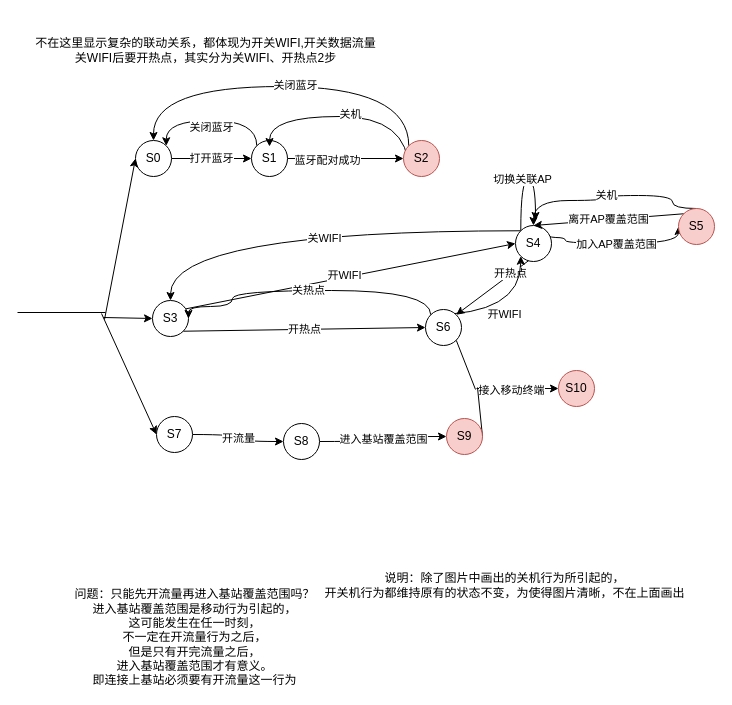
Earlier version of the draw.io diagram page "方法三：并行自动机_手机行为" (8 of 9) of 时间自动机.drawio (Icarus1994/neutron_conf). Source tidied: cells renumbered, new cells numbered last; positions are measured from the earlier drawing's top-left corner, leaving out a move shared by most shapes. Both pictures are drawn from the tidied source at 100%, with x=0, y=0 at pixel (17, 34).
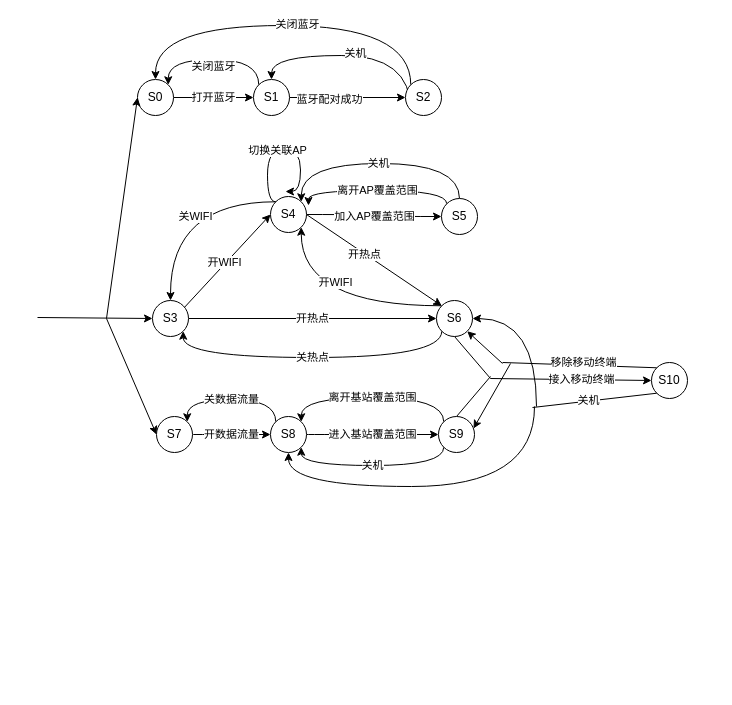
The same page after the edit.

The change refers to these unchanged cells:
```xml
<mxCell id="6" value="S3" style="ellipse;whiteSpace=wrap;html=1;" parent="1" vertex="1">
  <mxGeometry x="135" y="266" width="36" height="36" as="geometry" />
</mxCell>
<mxCell id="9" value="S7" style="ellipse;whiteSpace=wrap;html=1;" parent="1" vertex="1">
  <mxGeometry x="139" y="382" width="36" height="36" as="geometry" />
</mxCell>
<mxCell id="15" style="edgeStyle=orthogonalEdgeStyle;curved=1;rounded=0;jettySize=auto;html=1;exitX=0;exitY=0;exitDx=0;exitDy=0;startArrow=none;startFill=0;endArrow=classic;endFill=1;" parent="1" edge="1" source="18" target="6">
  <mxGeometry relative="1" as="geometry" />
</mxCell>
```

Diff of the diagram source:
```diff
@@
-    <mxCell id="4" value="开热点" style="edgeStyle=none;rounded=0;jettySize=auto;html=1;exitX=1;exitY=1;exitDx=0;exitDy=0;entryX=0;entryY=0.5;entryDx=0;entryDy=0;" parent="1" edge="1" source="6" target="22">
+    <mxCell id="4" value="开热点" style="edgeStyle=none;rounded=0;jettySize=auto;html=1;exitX=1;exitY=0.5;exitDx=0;exitDy=0;entryX=0;entryY=0.5;entryDx=0;entryDy=0;" parent="1" edge="1" source="6" target="22">
       <mxGeometry relative="1" as="geometry" />
     </mxCell>
     <mxCell id="5" style="edgeStyle=none;rounded=0;jettySize=auto;html=1;exitX=0;exitY=0.5;exitDx=0;exitDy=0;startArrow=classic;startFill=1;endArrow=none;endFill=0;" parent="1" edge="1" source="6">
       <mxGeometry relative="1" as="geometry">
-        <mxPoint x="86" y="283" as="targetPoint" />
+        <mxPoint x="20" y="283" as="targetPoint" />
       </mxGeometry>
     </mxCell>
@@
-    <mxCell id="7" value="开流量" style="edgeStyle=orthogonalEdgeStyle;curved=1;rounded=0;jettySize=auto;html=1;exitX=1;exitY=0.5;exitDx=0;exitDy=0;entryX=0;entryY=0.5;entryDx=0;entryDy=0;" parent="1" edge="1" source="9" target="24">
+    <mxCell id="7" value="开数据流量" style="edgeStyle=orthogonalEdgeStyle;curved=1;rounded=0;jettySize=auto;html=1;exitX=1;exitY=0.5;exitDx=0;exitDy=0;entryX=0;entryY=0.5;entryDx=0;entryDy=0;" parent="1" edge="1" source="9" target="24">
       <mxGeometry relative="1" as="geometry" />
     </mxCell>
     <mxCell id="8" style="edgeStyle=none;rounded=0;jettySize=auto;html=1;exitX=0;exitY=0.5;exitDx=0;exitDy=0;startArrow=classic;startFill=1;endArrow=none;endFill=0;" parent="1" edge="1" source="9">
       <mxGeometry relative="1" as="geometry">
-        <mxPoint x="84" y="279" as="targetPoint" />
+        <mxPoint x="89" y="284" as="targetPoint" />
       </mxGeometry>
     </mxCell>
@@
-    <mxCell id="10" value="不在这里显示复杂的联动关系，都体现为开关WIFI,开关数据流量&lt;br&gt;关WIFI后要开热点，其实分为关WIFI、开热点2步" style="text;html=1;align=center;verticalAlign=middle;" parent="1" vertex="1">
-      <mxGeometry x="12" width="351" height="32" as="geometry" />
-    </mxCell>
-    <mxCell id="11" style="rounded=0;jettySize=auto;html=1;exitX=1;exitY=0.5;exitDx=0;exitDy=0;entryX=1;entryY=0;entryDx=0;entryDy=0;" parent="1" edge="1" source="18" target="22">
+    <mxCell id="11" style="rounded=0;jettySize=auto;html=1;exitX=1;exitY=0.5;exitDx=0;exitDy=0;entryX=0;entryY=0;entryDx=0;entryDy=0;" parent="1" edge="1" source="18" target="22">
       <mxGeometry relative="1" as="geometry" />
     </mxCell>
@@
-    <mxCell id="13" style="rounded=0;jettySize=auto;html=1;exitX=1;exitY=0;exitDx=0;exitDy=0;entryX=0;entryY=0.5;entryDx=0;entryDy=0;edgeStyle=orthogonalEdgeStyle;curved=1;" parent="1" edge="1" source="18" target="32">
-      <mxGeometry relative="1" as="geometry">
-        <Array as="points">
-          <mxPoint x="529" y="203" />
-          <mxPoint x="548" y="203" />
-          <mxPoint x="548" y="209" />
-          <mxPoint x="661" y="209" />
-        </Array>
-      </mxGeometry>
-    </mxCell>
-    <mxCell id="14" value="加入AP覆盖范围" style="edgeLabel;html=1;align=center;verticalAlign=middle;" parent="13" vertex="1">
-      <mxGeometry x="0.02" relative="1" as="geometry" />
-    </mxCell>
@@
     <mxCell id="16" value="关WIFI" style="edgeLabel;html=1;align=center;verticalAlign=middle;" parent="15" vertex="1">
-      <mxGeometry x="-0.06" y="7" relative="1" as="geometry" />
+      <mxGeometry x="-0.06" y="7" relative="1" as="geometry">
+        <mxPoint x="15.7" y="7.7" as="offset" />
+      </mxGeometry>
     </mxCell>
-    <mxCell id="17" value="切换关联AP" style="edgeStyle=orthogonalEdgeStyle;curved=1;rounded=0;jettySize=auto;html=1;exitX=0;exitY=0;exitDx=0;exitDy=0;startArrow=none;startFill=0;endArrow=classic;endFill=1;" parent="1" edge="1" source="18">
-      <mxGeometry relative="1" as="geometry">
-        <mxPoint x="518" y="186" as="targetPoint" />
-        <Array as="points">
-          <mxPoint x="503" y="145" />
-          <mxPoint x="518" y="145" />
-        </Array>
-      </mxGeometry>
-    </mxCell>
+    <mxCell id="14" value="加入AP覆盖范围" style="edgeStyle=orthogonalEdgeStyle;curved=1;rounded=0;jettySize=auto;html=1;exitX=1;exitY=0.5;exitDx=0;exitDy=0;entryX=0;entryY=0.5;entryDx=0;entryDy=0;startArrow=none;startFill=0;endArrow=classic;endFill=1;" parent="1" edge="1" source="18" target="32">
+      <mxGeometry relative="1" as="geometry" />
+    </mxCell>
     <mxCell id="18" value="S4" style="ellipse;whiteSpace=wrap;html=1;" parent="1" vertex="1">
-      <mxGeometry x="498" y="191" width="36" height="36" as="geometry" />
+      <mxGeometry x="253" y="162" width="36" height="36" as="geometry" />
     </mxCell>
-    <mxCell id="19" value="开WIFI" style="rounded=0;jettySize=auto;html=1;exitX=0;exitY=0;exitDx=0;exitDy=0;entryX=0;entryY=1;entryDx=0;entryDy=0;edgeStyle=orthogonalEdgeStyle;curved=1;" parent="1" edge="1" source="22" target="18">
-      <mxGeometry relative="1" as="geometry" />
-    </mxCell>
-    <mxCell id="20" style="edgeStyle=none;rounded=0;jettySize=auto;html=1;exitX=1;exitY=1;exitDx=0;exitDy=0;endArrow=none;endFill=0;" parent="1" edge="1" source="22">
+    <mxCell id="20" style="edgeStyle=none;rounded=0;jettySize=auto;html=1;exitX=0.5;exitY=1;exitDx=0;exitDy=0;endArrow=none;endFill=0;" parent="1" edge="1" source="22">
       <mxGeometry relative="1" as="geometry">
-        <mxPoint x="458" y="355" as="targetPoint" />
+        <mxPoint x="473" y="344" as="targetPoint" />
       </mxGeometry>
     </mxCell>
-    <mxCell id="21" value="关热点" style="edgeStyle=orthogonalEdgeStyle;curved=1;rounded=0;jettySize=auto;html=1;exitX=0;exitY=0;exitDx=0;exitDy=0;startArrow=none;startFill=0;endArrow=classic;endFill=1;entryX=1;entryY=0.5;entryDx=0;entryDy=0;" parent="1" edge="1" source="22" target="6">
+    <mxCell id="21" value="关热点" style="edgeStyle=orthogonalEdgeStyle;curved=1;rounded=0;jettySize=auto;html=1;exitX=0;exitY=1;exitDx=0;exitDy=0;entryX=1;entryY=1;entryDx=0;entryDy=0;startArrow=none;startFill=0;endArrow=classic;endFill=1;" parent="1" edge="1" source="22" target="6">
       <mxGeometry relative="1" as="geometry">
         <Array as="points">
-          <mxPoint x="413" y="256" />
-          <mxPoint x="215" y="256" />
-          <mxPoint x="215" y="272" />
-          <mxPoint x="171" y="272" />
+          <mxPoint x="424" y="323" />
+          <mxPoint x="166" y="323" />
         </Array>
       </mxGeometry>
     </mxCell>
+    <mxCell id="48" style="edgeStyle=orthogonalEdgeStyle;curved=1;rounded=0;jettySize=auto;html=1;exitX=0;exitY=0;exitDx=0;exitDy=0;entryX=1;entryY=1;entryDx=0;entryDy=0;startArrow=none;startFill=0;endArrow=classic;endFill=1;" parent="1" edge="1" source="22" target="18">
+      <mxGeometry relative="1" as="geometry">
+        <Array as="points">
+          <mxPoint x="284" y="271" />
+        </Array>
+      </mxGeometry>
+    </mxCell>
+    <mxCell id="19" value="开WIFI" style="edgeLabel;html=1;align=center;verticalAlign=middle;" parent="48" vertex="1">
+      <mxGeometry x="0.57" y="-12" relative="1" as="geometry">
+        <mxPoint x="21.3" y="8.1" as="offset" />
+      </mxGeometry>
+    </mxCell>
     <mxCell id="22" value="S6" style="ellipse;whiteSpace=wrap;html=1;" parent="1" vertex="1">
-      <mxGeometry x="408" y="275" width="36" height="36" as="geometry" />
+      <mxGeometry x="419" y="266" width="36" height="36" as="geometry" />
     </mxCell>
@@
+    <mxCell id="49" value="关数据流量" style="edgeStyle=orthogonalEdgeStyle;curved=1;rounded=0;jettySize=auto;html=1;exitX=0;exitY=0;exitDx=0;exitDy=0;entryX=1;entryY=0;entryDx=0;entryDy=0;startArrow=none;startFill=0;endArrow=classic;endFill=1;" parent="1" edge="1" source="24" target="9">
+      <mxGeometry relative="1" as="geometry">
+        <Array as="points">
+          <mxPoint x="258" y="365" />
+          <mxPoint x="170" y="365" />
+        </Array>
+      </mxGeometry>
+    </mxCell>
     <mxCell id="24" value="S8" style="ellipse;whiteSpace=wrap;html=1;" parent="1" vertex="1">
-      <mxGeometry x="266" y="389" width="36" height="36" as="geometry" />
+      <mxGeometry x="253" y="382" width="36" height="36" as="geometry" />
     </mxCell>
-    <mxCell id="25" style="edgeStyle=none;rounded=0;jettySize=auto;html=1;exitX=1;exitY=0.5;exitDx=0;exitDy=0;endArrow=none;endFill=0;" parent="1" edge="1" source="26">
+    <mxCell id="25" style="edgeStyle=none;rounded=0;jettySize=auto;html=1;exitX=0.5;exitY=0;exitDx=0;exitDy=0;endArrow=none;endFill=0;" parent="1" edge="1" source="26">
       <mxGeometry relative="1" as="geometry">
-        <mxPoint x="460" y="353" as="targetPoint" />
+        <mxPoint x="473" y="342" as="targetPoint" />
       </mxGeometry>
     </mxCell>
+    <mxCell id="50" style="edgeStyle=orthogonalEdgeStyle;curved=1;rounded=0;jettySize=auto;html=1;exitX=0;exitY=0;exitDx=0;exitDy=0;entryX=1;entryY=0;entryDx=0;entryDy=0;startArrow=none;startFill=0;endArrow=classic;endFill=1;" parent="1" edge="1" source="26" target="24">
+      <mxGeometry relative="1" as="geometry">
+        <Array as="points">
+          <mxPoint x="426" y="363" />
+          <mxPoint x="284" y="363" />
+        </Array>
+      </mxGeometry>
+    </mxCell>
+    <mxCell id="51" value="离开基站覆盖范围" style="edgeLabel;html=1;align=center;verticalAlign=middle;" parent="50" vertex="1">
+      <mxGeometry y="-1" relative="1" as="geometry" />
+    </mxCell>
+    <mxCell id="52" value="关机" style="edgeStyle=orthogonalEdgeStyle;curved=1;rounded=0;jettySize=auto;html=1;exitX=0;exitY=1;exitDx=0;exitDy=0;entryX=1;entryY=1;entryDx=0;entryDy=0;startArrow=none;startFill=0;endArrow=classic;endFill=1;" parent="1" edge="1" source="26" target="24">
+      <mxGeometry relative="1" as="geometry">
+        <Array as="points">
+          <mxPoint x="426" y="431" />
+          <mxPoint x="284" y="431" />
+        </Array>
+      </mxGeometry>
+    </mxCell>
-    <mxCell id="26" value="S9" style="ellipse;whiteSpace=wrap;html=1;fillColor=#f8cecc;strokeColor=#b85450;" parent="1" vertex="1">
-      <mxGeometry x="429" y="384" width="36" height="36" as="geometry" />
+    <mxCell id="26" value="S9" style="ellipse;whiteSpace=wrap;html=1;" parent="1" vertex="1">
+      <mxGeometry x="421" y="382" width="36" height="36" as="geometry" />
     </mxCell>
     <mxCell id="27" style="edgeStyle=none;rounded=0;jettySize=auto;html=1;exitX=0;exitY=0.5;exitDx=0;exitDy=0;endArrow=none;endFill=0;startArrow=classic;startFill=1;" parent="1" edge="1" source="29">
       <mxGeometry relative="1" as="geometry">
-        <mxPoint x="459" y="354" as="targetPoint" />
+        <mxPoint x="473" y="344" as="targetPoint" />
       </mxGeometry>
     </mxCell>
     <mxCell id="28" value="接入移动终端" style="edgeLabel;html=1;align=center;verticalAlign=middle;" parent="27" vertex="1">
-      <mxGeometry x="0.18" y="1" relative="1" as="geometry" />
+      <mxGeometry x="0.18" y="1" relative="1" as="geometry">
+        <mxPoint x="25" y="-1" as="offset" />
+      </mxGeometry>
     </mxCell>
+    <mxCell id="53" style="edgeStyle=orthogonalEdgeStyle;curved=1;rounded=0;jettySize=auto;html=1;entryX=0.5;entryY=1;entryDx=0;entryDy=0;startArrow=none;startFill=0;endArrow=classic;endFill=1;" parent="1" edge="1" target="24">
+      <mxGeometry relative="1" as="geometry">
+        <mxPoint x="517" y="372" as="sourcePoint" />
+        <Array as="points">
+          <mxPoint x="517" y="452" />
+          <mxPoint x="271" y="452" />
+        </Array>
+      </mxGeometry>
+    </mxCell>
-    <mxCell id="29" value="S10" style="ellipse;whiteSpace=wrap;html=1;fillColor=#f8cecc;strokeColor=#b85450;" parent="1" vertex="1">
-      <mxGeometry x="541" y="336" width="36" height="36" as="geometry" />
+    <mxCell id="29" value="S10" style="ellipse;whiteSpace=wrap;html=1;" parent="1" vertex="1">
+      <mxGeometry x="634" y="328" width="36" height="36" as="geometry" />
     </mxCell>
-    <mxCell id="30" value="离开AP覆盖范围" style="edgeStyle=none;rounded=0;jettySize=auto;html=1;exitX=0;exitY=0;exitDx=0;exitDy=0;entryX=0.5;entryY=0;entryDx=0;entryDy=0;" parent="1" edge="1" source="32" target="18">
-      <mxGeometry relative="1" as="geometry" />
+    <mxCell id="30" value="离开AP覆盖范围" style="edgeStyle=orthogonalEdgeStyle;curved=1;rounded=0;jettySize=auto;html=1;exitX=0;exitY=0;exitDx=0;exitDy=0;startArrow=none;startFill=0;endArrow=classic;endFill=1;" parent="1" edge="1" source="32">
+      <mxGeometry relative="1" as="geometry">
+        <mxPoint x="291" y="171" as="targetPoint" />
+        <Array as="points">
+          <mxPoint x="429" y="156" />
+          <mxPoint x="291" y="156" />
+        </Array>
+      </mxGeometry>
     </mxCell>
-    <mxCell id="31" value="关机" style="edgeStyle=orthogonalEdgeStyle;rounded=0;jettySize=auto;html=1;exitX=0.5;exitY=0;exitDx=0;exitDy=0;entryX=0.5;entryY=0;entryDx=0;entryDy=0;curved=1;" parent="1" edge="1" source="32" target="18">
+    <mxCell id="31" value="关机" style="edgeStyle=orthogonalEdgeStyle;curved=1;rounded=0;jettySize=auto;html=1;exitX=0.5;exitY=0;exitDx=0;exitDy=0;entryX=1;entryY=0;entryDx=0;entryDy=0;startArrow=none;startFill=0;endArrow=classic;endFill=1;" parent="1" edge="1" source="32" target="18">
       <mxGeometry relative="1" as="geometry">
         <Array as="points">
-          <mxPoint x="655" y="161" />
-          <mxPoint x="587" y="161" />
-          <mxPoint x="587" y="166" />
-          <mxPoint x="516" y="166" />
+          <mxPoint x="442" y="129" />
+          <mxPoint x="284" y="129" />
         </Array>
       </mxGeometry>
     </mxCell>
-    <mxCell id="32" value="S5" style="ellipse;whiteSpace=wrap;html=1;fillColor=#f8cecc;strokeColor=#b85450;" parent="1" vertex="1">
-      <mxGeometry x="661" y="174" width="36" height="36" as="geometry" />
+    <mxCell id="32" value="S5" style="ellipse;whiteSpace=wrap;html=1;" parent="1" vertex="1">
+      <mxGeometry x="424" y="164" width="36" height="36" as="geometry" />
     </mxCell>
-    <mxCell id="33" value="问题：只能先开流量再进入基站覆盖范围吗？&lt;br&gt;进入基站覆盖范围是移动行为引起的，&lt;br&gt;这可能发生在任一时刻，&lt;br&gt;不一定在开流量行为之后，&lt;br&gt;但是只有开完流量之后，&lt;br&gt;进入基站覆盖范围才有意义。&lt;br&gt;即连接上基站必须要有开流量这一行为" style="text;html=1;align=center;verticalAlign=middle;" parent="1" vertex="1">
-      <mxGeometry x="52" y="552" width="250" height="102" as="geometry" />
-    </mxCell>
@@
     <mxCell id="35" value="S0" style="ellipse;whiteSpace=wrap;html=1;" parent="1" vertex="1">
-      <mxGeometry x="118" y="106" width="36" height="36" as="geometry" />
+      <mxGeometry x="120" y="45" width="36" height="36" as="geometry" />
     </mxCell>
     <mxCell id="36" value="&lt;br&gt;关闭蓝牙" style="edgeStyle=orthogonalEdgeStyle;curved=1;rounded=0;jettySize=auto;html=1;exitX=0;exitY=0;exitDx=0;exitDy=0;entryX=1;entryY=0;entryDx=0;entryDy=0;" parent="1" edge="1" source="39" target="35">
       <mxGeometry relative="1" as="geometry">
         <Array as="points">
-          <mxPoint x="239" y="86" />
-          <mxPoint x="149" y="86" />
+          <mxPoint x="241" y="25" />
+          <mxPoint x="151" y="25" />
         </Array>
       </mxGeometry>
     </mxCell>
@@
     <mxCell id="39" value="S1" style="ellipse;whiteSpace=wrap;html=1;" parent="1" vertex="1">
-      <mxGeometry x="234" y="106" width="36" height="36" as="geometry" />
+      <mxGeometry x="236" y="45" width="36" height="36" as="geometry" />
     </mxCell>
     <mxCell id="40" style="endArrow=classic;html=1;entryX=0;entryY=0.5;entryDx=0;entryDy=0;" parent="1" edge="1" target="35">
       <mxGeometry relative="1" as="geometry">
-        <mxPoint x="87" y="285" as="sourcePoint" />
+        <mxPoint x="89" y="284" as="sourcePoint" />
       </mxGeometry>
     </mxCell>
     <mxCell id="41" style="edgeStyle=orthogonalEdgeStyle;rounded=0;jettySize=auto;html=1;exitX=0;exitY=0;exitDx=0;exitDy=0;entryX=0.5;entryY=0;entryDx=0;entryDy=0;curved=1;" parent="1" edge="1" source="45" target="35">
       <mxGeometry relative="1" as="geometry">
         <Array as="points">
-          <mxPoint x="391" y="52" />
-          <mxPoint x="136" y="52" />
+          <mxPoint x="393" y="-9" />
+          <mxPoint x="138" y="-9" />
         </Array>
       </mxGeometry>
     </mxCell>
@@
-    <mxCell id="43" style="edgeStyle=orthogonalEdgeStyle;curved=1;rounded=0;jettySize=auto;html=1;exitX=0;exitY=1;exitDx=0;exitDy=0;" parent="1" edge="1" source="45">
+    <mxCell id="43" style="edgeStyle=orthogonalEdgeStyle;curved=1;rounded=0;jettySize=auto;html=1;exitX=0;exitY=1;exitDx=0;exitDy=0;" parent="1" edge="1" source="45" target="39">
       <mxGeometry relative="1" as="geometry">
-        <mxPoint x="252" y="112" as="targetPoint" />
         <Array as="points">
-          <mxPoint x="391" y="82" />
-          <mxPoint x="252" y="82" />
+          <mxPoint x="393" y="21" />
+          <mxPoint x="254" y="21" />
         </Array>
       </mxGeometry>
     </mxCell>
@@
-    <mxCell id="45" value="S2" style="ellipse;whiteSpace=wrap;html=1;fillColor=#f8cecc;strokeColor=#b85450;" parent="1" vertex="1">
-      <mxGeometry x="386" y="106" width="36" height="36" as="geometry" />
+    <mxCell id="45" value="S2" style="ellipse;whiteSpace=wrap;html=1;" parent="1" vertex="1">
+      <mxGeometry x="388" y="45" width="36" height="36" as="geometry" />
     </mxCell>
-    <mxCell id="46" style="endArrow=none;html=1;" parent="1" edge="1">
-      <mxGeometry relative="1" as="geometry">
-        <mxPoint y="278" as="sourcePoint" />
-        <mxPoint x="88" y="278" as="targetPoint" />
-      </mxGeometry>
-    </mxCell>
-    <mxCell id="47" value="说明：除了图片中画出的关机行为所引起的，&lt;br&gt;开关机行为都维持原有的状态不变，为使得图片清晰，不在上面画出" style="text;html=1;align=center;verticalAlign=middle;" parent="1" vertex="1">
-      <mxGeometry x="302" y="535" width="370" height="32" as="geometry" />
-    </mxCell>
+    <mxCell id="54" style="endArrow=classic;html=1;entryX=1;entryY=1;entryDx=0;entryDy=0;" parent="1" edge="1" target="22">
+      <mxGeometry relative="1" as="geometry">
+        <mxPoint x="485" y="329" as="sourcePoint" />
+      </mxGeometry>
+    </mxCell>
+    <mxCell id="55" style="endArrow=classic;html=1;entryX=0.972;entryY=0.333;entryDx=0;entryDy=0;entryPerimeter=0;" parent="1" edge="1" target="26">
+      <mxGeometry relative="1" as="geometry">
+        <mxPoint x="493" y="329" as="sourcePoint" />
+      </mxGeometry>
+    </mxCell>
+    <mxCell id="56" style="endArrow=none;html=1;endFill=0;exitX=0;exitY=0;exitDx=0;exitDy=0;" parent="1" edge="1" source="29">
+      <mxGeometry relative="1" as="geometry">
+        <mxPoint x="485" y="328" as="targetPoint" />
+      </mxGeometry>
+    </mxCell>
+    <mxCell id="57" value="移除移动终端" style="edgeLabel;html=1;align=center;verticalAlign=middle;" parent="56" vertex="1">
+      <mxGeometry x="0.33" y="-1" relative="1" as="geometry">
+        <mxPoint x="29.6" y="-0.8" as="offset" />
+      </mxGeometry>
+    </mxCell>
+    <mxCell id="58" style="endArrow=none;html=1;entryX=0;entryY=1;entryDx=0;entryDy=0;" parent="1" edge="1" target="29">
+      <mxGeometry relative="1" as="geometry">
+        <mxPoint x="515" y="373" as="sourcePoint" />
+      </mxGeometry>
+    </mxCell>
+    <mxCell id="59" value="关机" style="edgeLabel;html=1;align=center;verticalAlign=middle;" parent="58" vertex="1">
+      <mxGeometry x="-0.11" y="1" relative="1" as="geometry" />
+    </mxCell>
+    <mxCell id="60" style="endArrow=classic;html=1;entryX=1;entryY=0.5;entryDx=0;entryDy=0;edgeStyle=orthogonalEdgeStyle;curved=1;" parent="1" edge="1" target="22">
+      <mxGeometry relative="1" as="geometry">
+        <mxPoint x="519" y="372" as="sourcePoint" />
+        <Array as="points">
+          <mxPoint x="519" y="284" />
+        </Array>
+      </mxGeometry>
+    </mxCell>
+    <mxCell id="61" style="endArrow=classic;html=1;edgeStyle=orthogonalEdgeStyle;curved=1;exitX=0;exitY=0;exitDx=0;exitDy=0;" parent="1" edge="1" source="18">
+      <mxGeometry relative="1" as="geometry">
+        <mxPoint x="268" y="157" as="targetPoint" />
+        <Array as="points">
+          <mxPoint x="250" y="167" />
+          <mxPoint x="250" y="114" />
+          <mxPoint x="283" y="114" />
+          <mxPoint x="283" y="157" />
+        </Array>
+      </mxGeometry>
+    </mxCell>
+    <mxCell id="17" value="切换关联AP" style="edgeLabel;html=1;align=center;verticalAlign=middle;" parent="61" vertex="1">
+      <mxGeometry x="-0.07" y="-1" relative="1" as="geometry" />
+    </mxCell>
```
